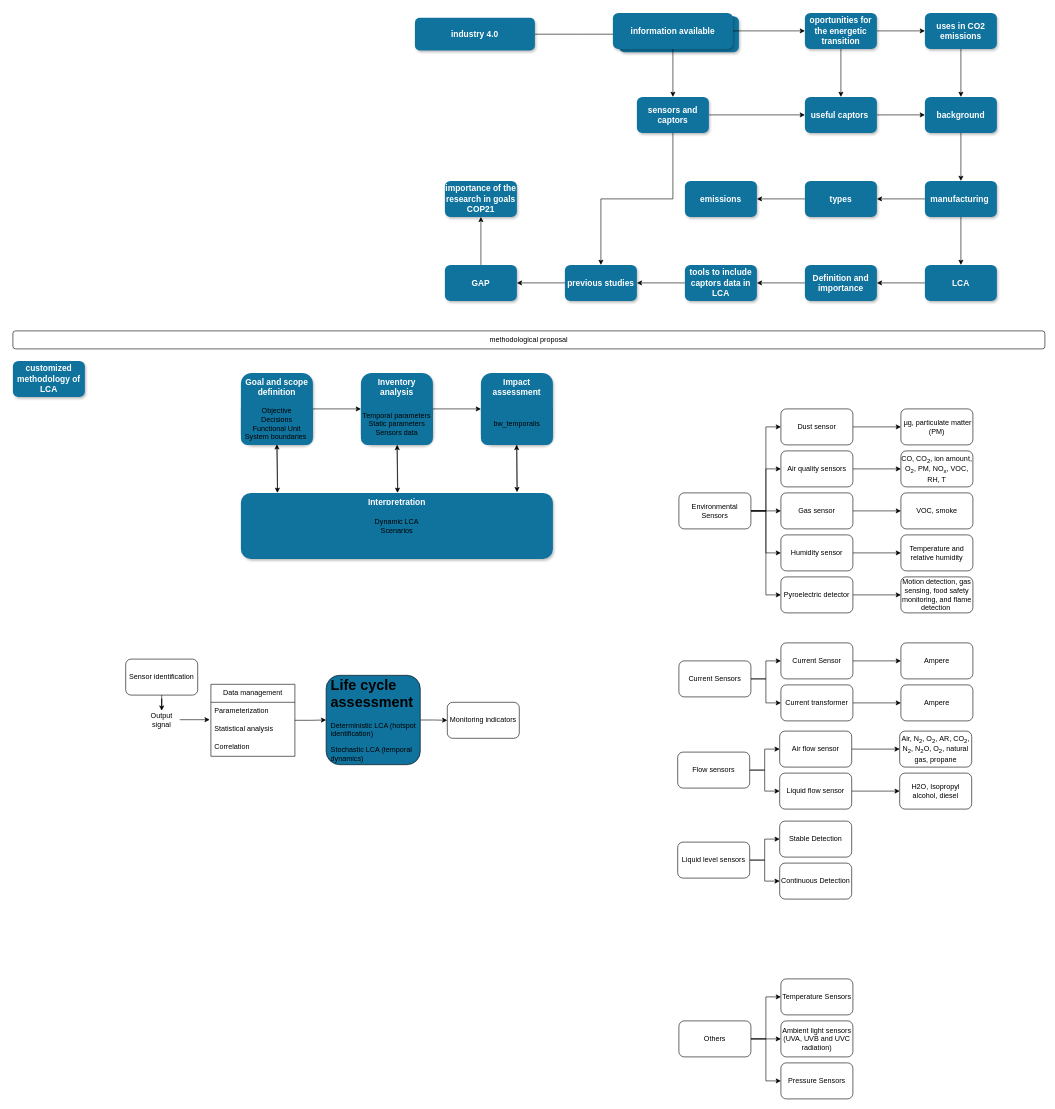
Above: Diagramme sans nom.drawio in samuelqh/dlca_m (draw.io), before the change. Source tidied: cells renumbered, new cells numbered last; positions are measured from the earlier drawing's top-left corner, leaving out a move shared by most shapes. Both pictures are drawn from the tidied source at 60%, with x=0, y=0 at pixel (13, 13).
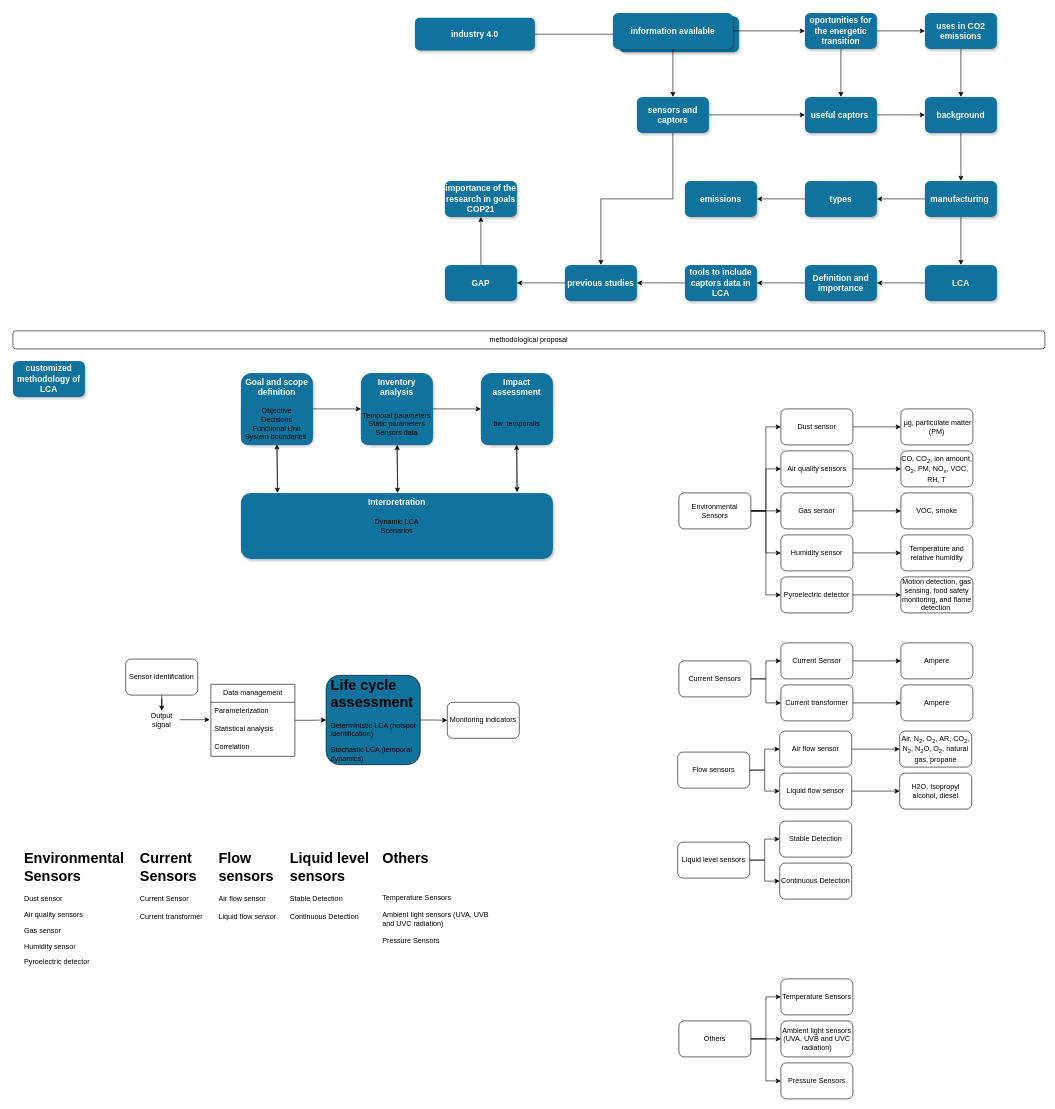
The same diagram, later.

Commit message:
Mettre à jour Diagramme sans nom.drawio

The edit, as a diff of the source:
```diff
@@
+    <mxCell id="119" value="&lt;h1&gt;Environmental Sensors&lt;br&gt;&lt;/h1&gt;&lt;p&gt;Dust sensor&lt;/p&gt;&lt;p&gt;&lt;span style=&quot;background-color: initial;&quot;&gt;Air quality sensors&lt;/span&gt;&lt;/p&gt;&lt;p&gt;Gas sensor&lt;br&gt;&lt;/p&gt;&lt;p&gt;Humidity sensor&lt;br&gt;&lt;/p&gt;&lt;p&gt;Pyroelectric detector&lt;br&gt;&lt;/p&gt;" style="text;html=1;strokeColor=none;fillColor=none;spacing=5;spacingTop=-20;whiteSpace=wrap;overflow=hidden;rounded=0;shadow=0;" parent="1" vertex="1">
+      <mxGeometry x="14" y="1390" width="190" height="203" as="geometry" />
+    </mxCell>
+    <mxCell id="120" value="&lt;h1&gt;Current Sensors&lt;br&gt;&lt;/h1&gt;Current Sensor&lt;br&gt;&lt;br&gt;Current transformer" style="text;html=1;strokeColor=none;fillColor=none;spacing=5;spacingTop=-20;whiteSpace=wrap;overflow=hidden;rounded=0;" parent="1" vertex="1">
+      <mxGeometry x="207" y="1390" width="128" height="262" as="geometry" />
+    </mxCell>
+    <mxCell id="121" value="&lt;h1&gt;Flow sensors&lt;br&gt;&lt;/h1&gt;Air flow sensor&lt;br&gt;&lt;br&gt;Liquid flow sensor" style="text;html=1;strokeColor=none;fillColor=none;spacing=5;spacingTop=-20;whiteSpace=wrap;overflow=hidden;rounded=0;" parent="1" vertex="1">
+      <mxGeometry x="338" y="1390" width="114" height="262" as="geometry" />
+    </mxCell>
+    <mxCell id="122" value="&lt;h1&gt;Liquid level sensors&lt;/h1&gt;Stable Detection&lt;br&gt;&lt;br&gt;Continuous Detection" style="text;html=1;strokeColor=none;fillColor=none;spacing=5;spacingTop=-20;whiteSpace=wrap;overflow=hidden;rounded=0;" parent="1" vertex="1">
+      <mxGeometry x="457" y="1390" width="143" height="197.2" as="geometry" />
+    </mxCell>
+    <mxCell id="123" value="&lt;h1&gt;&lt;/h1&gt;&lt;span style=&quot;font-size: 24px;&quot;&gt;&lt;b&gt;Others&lt;br&gt;&lt;/b&gt;&lt;/span&gt;&lt;br&gt;&lt;br&gt;&lt;br&gt;Temperature Sensors&lt;br&gt;&lt;br&gt;Ambient light sensors (UVA, UVB and UVC radiation)&lt;br&gt;&lt;br&gt;Pressure Sensors" style="text;html=1;strokeColor=none;fillColor=none;spacing=5;spacingTop=-20;whiteSpace=wrap;overflow=hidden;rounded=0;" parent="1" vertex="1">
+      <mxGeometry x="611" y="1390" width="190" height="172" as="geometry" />
+    </mxCell>
```
